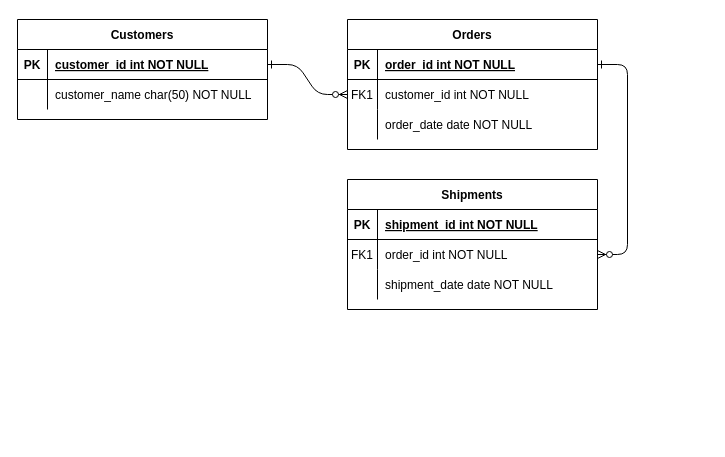
Above: Untitled Diagram.drawio in ZhuXiyue/wind_classification (draw.io), before the change. Source tidied: cells renumbered, new cells numbered last; positions are measured from the earlier drawing's top-left corner, leaving out a move shared by most shapes. Both pictures are drawn from the tidied source at 100%, with x=0, y=0 at pixel (17, 19).
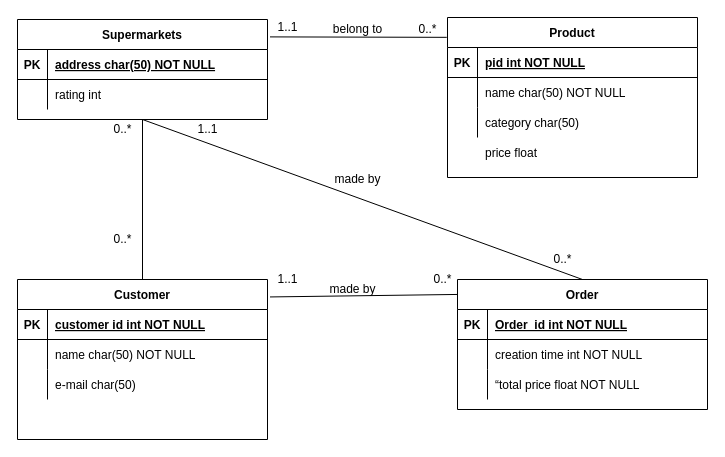
Above is the later version.

The change refers to these unchanged cells:
```xml
<mxCell id="15" style="shape=partialRectangle;fillColor=none;top=0;left=0;right=0;bottom=1;" parent="14" vertex="1">
  <mxGeometry y="30" width="250" height="30" as="geometry" />
</mxCell>
<mxCell id="18" style="shape=partialRectangle;fillColor=none;points=[[0,0.5],[1,0.5]];portConstraint=eastwest;top=0;left=0;right=0;bottom=0;" parent="14" vertex="1">
  <mxGeometry y="60" width="250" height="30" as="geometry" />
</mxCell>
<mxCell id="21" style="shape=partialRectangle;fillColor=none;top=0;left=0;right=0;bottom=0;" parent="14" vertex="1">
  <mxGeometry y="90" width="250" height="30" as="geometry" />
</mxCell>
<mxCell id="25" style="shape=partialRectangle;fillColor=none;points=[[0,0.5],[1,0.5]];portConstraint=eastwest;top=0;left=0;right=0;bottom=1;" parent="24" vertex="1">
  <mxGeometry y="30" width="250" height="30" as="geometry" />
</mxCell>
<mxCell id="28" style="shape=partialRectangle;fillColor=none;top=0;left=0;right=0;bottom=0;" parent="24" vertex="1">
  <mxGeometry y="60" width="250" height="30" as="geometry" />
</mxCell>
```

Diff of the diagram source:
```diff
@@
-    <mxCell id="2" style="edgeStyle=entityRelationEdgeStyle;endArrow=ERzeroToMany;startArrow=ERone;endFill=1;startFill=0;" parent="1" edge="1" source="25" target="8">
-      <mxGeometry relative="1" as="geometry" />
-    </mxCell>
-    <mxCell id="3" style="edgeStyle=entityRelationEdgeStyle;endArrow=ERzeroToMany;startArrow=ERone;endFill=1;startFill=0;" parent="1" edge="1" source="5" target="18">
-      <mxGeometry relative="1" as="geometry" />
-    </mxCell>
-    <mxCell id="4" value="Orders" style="shape=table;startSize=30;childLayout=tableLayout;rowLines=0;fontStyle=1;align=center;" parent="1" vertex="1">
-      <mxGeometry x="330" width="250" height="130" as="geometry" />
-    </mxCell>
-    <mxCell id="5" style="shape=partialRectangle;fillColor=none;points=[[0,0.5],[1,0.5]];portConstraint=eastwest;top=0;left=0;right=0;bottom=1;" parent="4" vertex="1">
-      <mxGeometry y="30" width="250" height="30" as="geometry" />
-    </mxCell>
-    <mxCell id="6" value="PK" style="shape=partialRectangle;overflow=hidden;fillColor=none;top=0;left=0;bottom=0;right=0;fontStyle=1;" parent="5" vertex="1">
-      <mxGeometry width="30" height="30" as="geometry" />
-    </mxCell>
-    <mxCell id="7" value="order_id int NOT NULL " style="shape=partialRectangle;overflow=hidden;fillColor=none;top=0;left=0;bottom=0;right=0;align=left;spacingLeft=6;fontStyle=5;" parent="5" vertex="1">
-      <mxGeometry x="30" width="220" height="30" as="geometry" />
-    </mxCell>
-    <mxCell id="8" style="shape=partialRectangle;fillColor=none;points=[[0,0.5],[1,0.5]];portConstraint=eastwest;top=0;left=0;right=0;bottom=0;" parent="4" vertex="1">
-      <mxGeometry y="60" width="250" height="30" as="geometry" />
-    </mxCell>
-    <mxCell id="9" value="FK1" style="shape=partialRectangle;overflow=hidden;fillColor=none;top=0;left=0;bottom=0;right=0;" parent="8" vertex="1">
-      <mxGeometry width="30" height="30" as="geometry" />
-    </mxCell>
-    <mxCell id="10" value="customer_id int NOT NULL" style="shape=partialRectangle;overflow=hidden;fillColor=none;top=0;left=0;bottom=0;right=0;align=left;spacingLeft=6;" parent="8" vertex="1">
-      <mxGeometry x="30" width="220" height="30" as="geometry" />
-    </mxCell>
-    <mxCell id="11" style="shape=partialRectangle;fillColor=none;top=0;left=0;right=0;bottom=0;" parent="4" vertex="1">
-      <mxGeometry y="90" width="250" height="30" as="geometry" />
-    </mxCell>
-    <mxCell id="12" style="shape=partialRectangle;overflow=hidden;fillColor=none;top=0;left=0;bottom=0;right=0;" parent="11" vertex="1">
-      <mxGeometry width="30" height="30" as="geometry" />
-    </mxCell>
-    <mxCell id="13" value="order_date date NOT NULL" style="shape=partialRectangle;overflow=hidden;fillColor=none;top=0;left=0;bottom=0;right=0;align=left;spacingLeft=6;" parent="11" vertex="1">
-      <mxGeometry x="30" width="220" height="30" as="geometry" />
-    </mxCell>
-    <mxCell id="14" value="Shipments" style="shape=table;startSize=30;childLayout=tableLayout;rowLines=0;fontStyle=1;align=center;" parent="1" vertex="1">
-      <mxGeometry x="330" y="160" width="250" height="130" as="geometry" />
+    <mxCell id="14" value="Order" style="shape=table;startSize=30;childLayout=tableLayout;rowLines=0;fontStyle=1;align=center;" parent="1" vertex="1">
+      <mxGeometry x="440" y="260" width="250" height="130" as="geometry" />
     </mxCell>
@@
-    <mxCell id="17" value="shipment_id int NOT NULL " style="shape=partialRectangle;overflow=hidden;fillColor=none;top=0;left=0;bottom=0;right=0;align=left;spacingLeft=6;fontStyle=5;" parent="15" vertex="1">
+    <mxCell id="17" value="Order_id int NOT NULL " style="shape=partialRectangle;overflow=hidden;fillColor=none;top=0;left=0;bottom=0;right=0;align=left;spacingLeft=6;fontStyle=5;" parent="15" vertex="1">
       <mxGeometry x="30" width="220" height="30" as="geometry" />
     </mxCell>
@@
-    <mxCell id="19" value="FK1" style="shape=partialRectangle;overflow=hidden;fillColor=none;top=0;left=0;bottom=0;right=0;" parent="18" vertex="1">
+    <mxCell id="19" style="shape=partialRectangle;overflow=hidden;fillColor=none;top=0;left=0;bottom=0;right=0;" parent="18" vertex="1">
       <mxGeometry width="30" height="30" as="geometry" />
     </mxCell>
-    <mxCell id="20" value="order_id int NOT NULL" style="shape=partialRectangle;overflow=hidden;fillColor=none;top=0;left=0;bottom=0;right=0;align=left;spacingLeft=6;" parent="18" vertex="1">
+    <mxCell id="20" value="creation time int NOT NULL" style="shape=partialRectangle;overflow=hidden;fillColor=none;top=0;left=0;bottom=0;right=0;align=left;spacingLeft=6;" parent="18" vertex="1">
       <mxGeometry x="30" width="220" height="30" as="geometry" />
     </mxCell>
@@
-    <mxCell id="23" value="shipment_date date NOT NULL" style="shape=partialRectangle;overflow=hidden;fillColor=none;top=0;left=0;bottom=0;right=0;align=left;spacingLeft=6;" parent="21" vertex="1">
+    <mxCell id="23" value="“total price float NOT NULL" style="shape=partialRectangle;overflow=hidden;fillColor=none;top=0;left=0;bottom=0;right=0;align=left;spacingLeft=6;" parent="21" vertex="1">
       <mxGeometry x="30" width="220" height="30" as="geometry" />
     </mxCell>
-    <mxCell id="24" value="Customers" style="shape=table;startSize=30;childLayout=tableLayout;rowLines=0;fontStyle=1;align=center;" parent="1" vertex="1">
+    <mxCell id="24" value="Supermarkets" style="shape=table;startSize=30;childLayout=tableLayout;rowLines=0;fontStyle=1;align=center;" parent="1" vertex="1">
       <mxGeometry width="250" height="100" as="geometry" />
     </mxCell>
@@
-    <mxCell id="27" value="customer_id int NOT NULL " style="shape=partialRectangle;overflow=hidden;fillColor=none;top=0;left=0;bottom=0;right=0;align=left;spacingLeft=6;fontStyle=5;" parent="25" vertex="1">
+    <mxCell id="27" value="address char(50) NOT NULL " style="shape=partialRectangle;overflow=hidden;fillColor=none;top=0;left=0;bottom=0;right=0;align=left;spacingLeft=6;fontStyle=5;" parent="25" vertex="1">
       <mxGeometry x="30" width="220" height="30" as="geometry" />
     </mxCell>
@@
-    <mxCell id="30" value="customer_name char(50) NOT NULL" style="shape=partialRectangle;overflow=hidden;fillColor=none;top=0;left=0;bottom=0;right=0;align=left;spacingLeft=6;" parent="28" vertex="1">
+    <mxCell id="30" value="rating int" style="shape=partialRectangle;overflow=hidden;fillColor=none;top=0;left=0;bottom=0;right=0;align=left;spacingLeft=6;" parent="28" vertex="1">
       <mxGeometry x="30" width="220" height="30" as="geometry" />
     </mxCell>
+    <mxCell id="31" value="Customer" style="shape=table;startSize=30;childLayout=tableLayout;rowLines=0;fontStyle=1;align=center;" parent="1" vertex="1">
+      <mxGeometry y="260" width="250" height="160" as="geometry" />
+    </mxCell>
+    <mxCell id="32" style="shape=partialRectangle;fillColor=none;top=0;left=0;right=0;bottom=1;" parent="31" vertex="1">
+      <mxGeometry y="30" width="250" height="30" as="geometry" />
+    </mxCell>
+    <mxCell id="33" value="PK" style="shape=partialRectangle;overflow=hidden;fillColor=none;top=0;left=0;bottom=0;right=0;fontStyle=1;" parent="32" vertex="1">
+      <mxGeometry width="30" height="30" as="geometry" />
+    </mxCell>
+    <mxCell id="34" value=" customer id int NOT NULL " style="shape=partialRectangle;overflow=hidden;fillColor=none;top=0;left=0;bottom=0;right=0;align=left;spacingLeft=6;fontStyle=5;" parent="32" vertex="1">
+      <mxGeometry x="30" width="220" height="30" as="geometry" />
+    </mxCell>
+    <mxCell id="35" style="shape=partialRectangle;fillColor=none;top=0;left=0;right=0;bottom=0;" parent="31" vertex="1">
+      <mxGeometry y="60" width="250" height="30" as="geometry" />
+    </mxCell>
+    <mxCell id="36" style="shape=partialRectangle;overflow=hidden;fillColor=none;top=0;left=0;bottom=0;right=0;" parent="35" vertex="1">
+      <mxGeometry width="30" height="30" as="geometry" />
+    </mxCell>
+    <mxCell id="37" value="name char(50) NOT NULL" style="shape=partialRectangle;overflow=hidden;fillColor=none;top=0;left=0;bottom=0;right=0;align=left;spacingLeft=6;" parent="35" vertex="1">
+      <mxGeometry x="30" width="220" height="30" as="geometry" />
+    </mxCell>
+    <mxCell id="38" style="shape=partialRectangle;fillColor=none;top=0;left=0;right=0;bottom=0;" parent="31" vertex="1">
+      <mxGeometry y="90" width="250" height="30" as="geometry" />
+    </mxCell>
+    <mxCell id="39" style="shape=partialRectangle;overflow=hidden;fillColor=none;top=0;left=0;bottom=0;right=0;" parent="38" vertex="1">
+      <mxGeometry width="30" height="30" as="geometry" />
+    </mxCell>
+    <mxCell id="40" value="e-mail char(50)" style="shape=partialRectangle;overflow=hidden;fillColor=none;top=0;left=0;bottom=0;right=0;align=left;spacingLeft=6;" parent="38" vertex="1">
+      <mxGeometry x="30" width="220" height="30" as="geometry" />
+    </mxCell>
+    <mxCell id="41" style="endArrow=none;html=1;entryX=-0.003;entryY=0.124;entryDx=0;entryDy=0;entryPerimeter=0;exitX=1.01;exitY=0.174;exitDx=0;exitDy=0;exitPerimeter=0;" parent="1" edge="1" source="24" target="4">
+      <mxGeometry relative="1" as="geometry" />
+    </mxCell>
+    <mxCell id="42" style="group;" parent="1" vertex="1">
+      <mxGeometry x="430" y="-2" width="250" height="160" as="geometry" />
+    </mxCell>
+    <mxCell id="4" value="Product" style="shape=table;startSize=30;childLayout=tableLayout;rowLines=0;fontStyle=1;align=center;" parent="42" vertex="1">
+      <mxGeometry width="250" height="160" as="geometry" />
+    </mxCell>
+    <mxCell id="5" style="shape=partialRectangle;fillColor=none;points=[[0,0.5],[1,0.5]];portConstraint=eastwest;top=0;left=0;right=0;bottom=1;" parent="4" vertex="1">
+      <mxGeometry y="30" width="250" height="30" as="geometry" />
+    </mxCell>
+    <mxCell id="6" value="PK" style="shape=partialRectangle;overflow=hidden;fillColor=none;top=0;left=0;bottom=0;right=0;fontStyle=1;" parent="5" vertex="1">
+      <mxGeometry width="30" height="30" as="geometry" />
+    </mxCell>
+    <mxCell id="7" value="pid int NOT NULL " style="shape=partialRectangle;overflow=hidden;fillColor=none;top=0;left=0;bottom=0;right=0;align=left;spacingLeft=6;fontStyle=5;" parent="5" vertex="1">
+      <mxGeometry x="30" width="220" height="30" as="geometry" />
+    </mxCell>
+    <mxCell id="8" style="shape=partialRectangle;fillColor=none;points=[[0,0.5],[1,0.5]];portConstraint=eastwest;top=0;left=0;right=0;bottom=0;" parent="4" vertex="1">
+      <mxGeometry y="60" width="250" height="30" as="geometry" />
+    </mxCell>
+    <mxCell id="9" style="shape=partialRectangle;overflow=hidden;fillColor=none;top=0;left=0;bottom=0;right=0;" parent="8" vertex="1">
+      <mxGeometry width="30" height="30" as="geometry" />
+    </mxCell>
+    <mxCell id="10" value="name char(50) NOT NULL" style="shape=partialRectangle;overflow=hidden;fillColor=none;top=0;left=0;bottom=0;right=0;align=left;spacingLeft=6;" parent="8" vertex="1">
+      <mxGeometry x="30" width="220" height="30" as="geometry" />
+    </mxCell>
+    <mxCell id="11" style="shape=partialRectangle;fillColor=none;top=0;left=0;right=0;bottom=0;" parent="4" vertex="1">
+      <mxGeometry y="90" width="250" height="30" as="geometry" />
+    </mxCell>
+    <mxCell id="12" style="shape=partialRectangle;overflow=hidden;fillColor=none;top=0;left=0;bottom=0;right=0;" parent="11" vertex="1">
+      <mxGeometry width="30" height="30" as="geometry" />
+    </mxCell>
+    <mxCell id="13" value="category char(50)" style="shape=partialRectangle;overflow=hidden;fillColor=none;top=0;left=0;bottom=0;right=0;align=left;spacingLeft=6;" parent="11" vertex="1">
+      <mxGeometry x="30" width="220" height="30" as="geometry" />
+    </mxCell>
+    <mxCell id="43" style="shape=partialRectangle;fillColor=none;top=0;left=0;right=0;bottom=0;" parent="42" vertex="1">
+      <mxGeometry y="120" width="250" height="30" as="geometry" />
+    </mxCell>
+    <mxCell id="44" style="shape=partialRectangle;overflow=hidden;fillColor=none;top=0;left=0;bottom=0;right=0;" parent="43" vertex="1">
+      <mxGeometry width="30" height="30" as="geometry" />
+    </mxCell>
+    <mxCell id="45" value="price float" style="shape=partialRectangle;overflow=hidden;fillColor=none;top=0;left=0;bottom=0;right=0;align=left;spacingLeft=6;" parent="43" vertex="1">
+      <mxGeometry x="30" width="220" height="30" as="geometry" />
+    </mxCell>
+    <mxCell id="46" value="belong to" style="text;html=1;align=center;verticalAlign=middle;strokeColor=none;fillColor=none;" parent="1" vertex="1">
+      <mxGeometry x="305" width="70" height="20" as="geometry" />
+    </mxCell>
+    <mxCell id="47" value="1..1" style="text;html=1;align=center;verticalAlign=middle;strokeColor=none;fillColor=none;" parent="1" vertex="1">
+      <mxGeometry x="250" y="-2" width="40" height="20" as="geometry" />
+    </mxCell>
+    <mxCell id="48" value="0..*" style="text;html=1;align=center;verticalAlign=middle;strokeColor=none;fillColor=none;" parent="1" vertex="1">
+      <mxGeometry x="395" width="30" height="20" as="geometry" />
+    </mxCell>
+    <mxCell id="49" style="endArrow=none;html=1;entryX=0.5;entryY=1;entryDx=0;entryDy=0;exitX=0.5;exitY=0;exitDx=0;exitDy=0;" parent="1" edge="1" source="14" target="24">
+      <mxGeometry relative="1" as="geometry" />
+    </mxCell>
+    <mxCell id="50" value="made by" style="text;html=1;align=center;verticalAlign=middle;strokeColor=none;fillColor=none;" parent="1" vertex="1">
+      <mxGeometry x="310" y="150" width="60" height="20" as="geometry" />
+    </mxCell>
+    <mxCell id="51" value="1..1" style="text;html=1;align=center;verticalAlign=middle;strokeColor=none;fillColor=none;" parent="1" vertex="1">
+      <mxGeometry x="170" y="100" width="40" height="20" as="geometry" />
+    </mxCell>
+    <mxCell id="52" value="0..*" style="text;html=1;align=center;verticalAlign=middle;strokeColor=none;fillColor=none;" parent="1" vertex="1">
+      <mxGeometry x="530" y="230" width="30" height="20" as="geometry" />
+    </mxCell>
+    <mxCell id="53" style="endArrow=none;html=1;exitX=0.5;exitY=0;exitDx=0;exitDy=0;entryX=0.5;entryY=1;entryDx=0;entryDy=0;" parent="1" edge="1" source="31" target="24">
+      <mxGeometry relative="1" as="geometry" />
+    </mxCell>
+    <mxCell id="54" value="0..*" style="text;html=1;align=center;verticalAlign=middle;strokeColor=none;fillColor=none;" parent="1" vertex="1">
+      <mxGeometry x="90" y="100" width="30" height="20" as="geometry" />
+    </mxCell>
+    <mxCell id="55" value="0..*" style="text;html=1;align=center;verticalAlign=middle;strokeColor=none;fillColor=none;" parent="1" vertex="1">
+      <mxGeometry x="90" y="210" width="30" height="20" as="geometry" />
+    </mxCell>
+    <mxCell id="56" style="endArrow=none;html=1;entryX=0.001;entryY=0.115;entryDx=0;entryDy=0;entryPerimeter=0;exitX=1.01;exitY=0.109;exitDx=0;exitDy=0;exitPerimeter=0;" parent="1" edge="1" source="31" target="14">
+      <mxGeometry relative="1" as="geometry" />
+    </mxCell>
+    <mxCell id="57" value="made by" style="text;html=1;align=center;verticalAlign=middle;strokeColor=none;fillColor=none;" parent="1" vertex="1">
+      <mxGeometry x="305" y="260" width="60" height="20" as="geometry" />
+    </mxCell>
+    <mxCell id="58" value="0..*" style="text;html=1;align=center;verticalAlign=middle;strokeColor=none;fillColor=none;" parent="1" vertex="1">
+      <mxGeometry x="410" y="250" width="30" height="20" as="geometry" />
+    </mxCell>
+    <mxCell id="59" value="1..1" style="text;html=1;align=center;verticalAlign=middle;strokeColor=none;fillColor=none;" parent="1" vertex="1">
+      <mxGeometry x="250" y="250" width="40" height="20" as="geometry" />
+    </mxCell>
```
